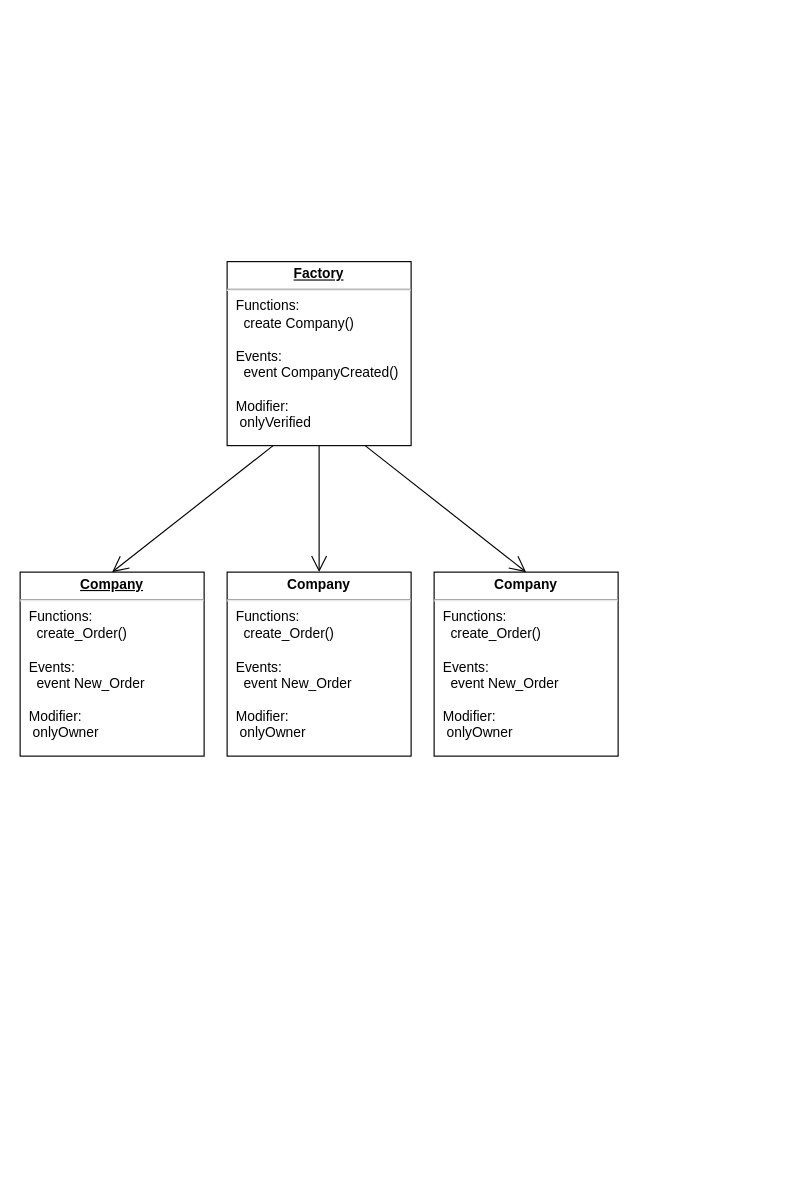
The draw.io diagram ProBot/Untitled Diagram.drawio in Timekiller7/Blockchain-projects, before the edit. Source tidied: cells renumbered, new cells numbered last; positions are measured from the earlier drawing's top-left corner, leaving out a move shared by most shapes. Both pictures are drawn from the tidied source at 115%, with x=0, y=0 at pixel (20, 261).
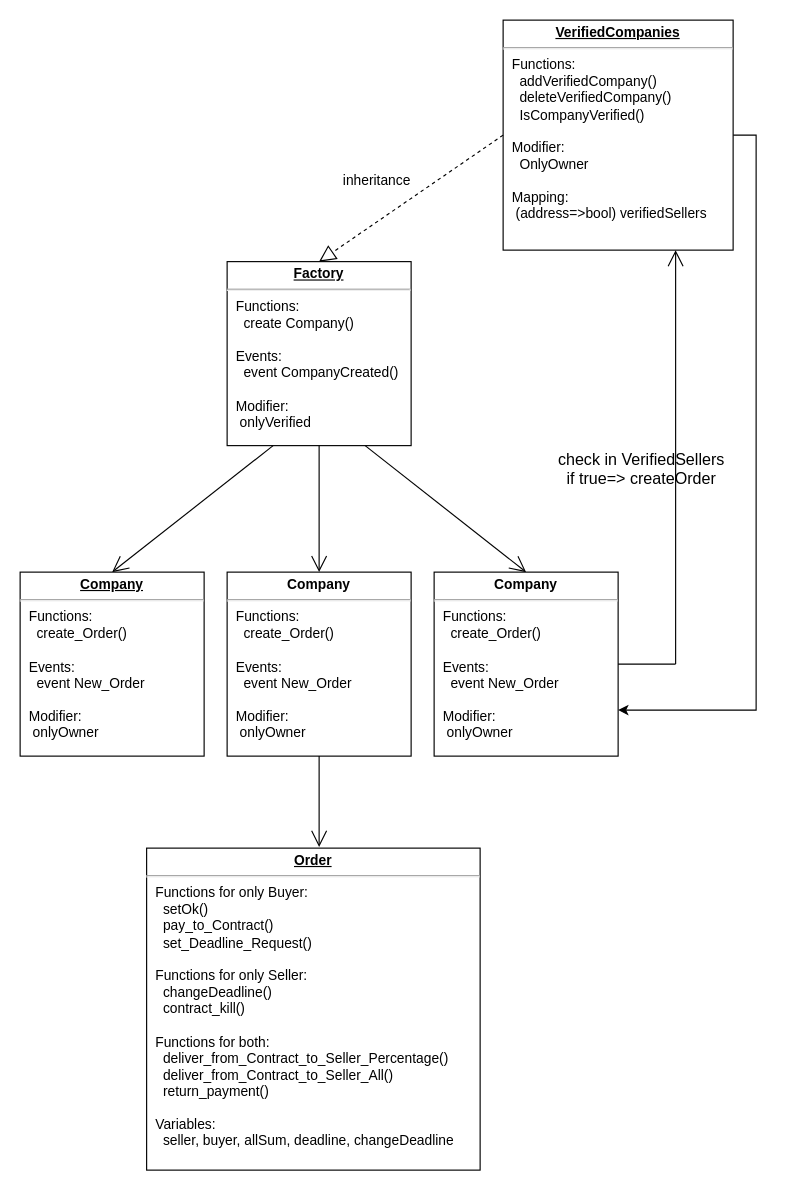
The same diagram, later.

Change to the diagram source:
```diff
@@
 <mxGraphModel>
   <root>
     <mxCell id="0" />
     <mxCell id="1" parent="0" />
     <mxCell id="2" value="&lt;p style=&quot;margin: 0px ; margin-top: 4px ; text-align: center ; text-decoration: underline&quot;&gt;&lt;b&gt;Factory&lt;/b&gt;&lt;/p&gt;&lt;hr&gt;&lt;p style=&quot;margin: 0px ; margin-left: 8px&quot;&gt;Functions:&lt;/p&gt;&lt;p style=&quot;margin: 0px ; margin-left: 8px&quot;&gt;&amp;nbsp; create Company()&lt;/p&gt;&lt;p style=&quot;margin: 0px ; margin-left: 8px&quot;&gt;&lt;br&gt;&lt;/p&gt;&lt;p style=&quot;margin: 0px ; margin-left: 8px&quot;&gt;Events:&lt;/p&gt;&lt;p style=&quot;margin: 0px ; margin-left: 8px&quot;&gt;&amp;nbsp; event CompanyCreated()&lt;/p&gt;&lt;p style=&quot;margin: 0px ; margin-left: 8px&quot;&gt;&lt;br&gt;&lt;/p&gt;&lt;p style=&quot;margin: 0px ; margin-left: 8px&quot;&gt;Modifier:&lt;/p&gt;&lt;p style=&quot;margin: 0px ; margin-left: 8px&quot;&gt;&amp;nbsp;onlyVerified&lt;/p&gt;" style="verticalAlign=top;align=left;overflow=fill;fontSize=12;fontFamily=Helvetica;html=1;" parent="1" vertex="1">
       <mxGeometry x="180" width="160" height="160" as="geometry" />
     </mxCell>
     <mxCell id="3" style="endArrow=open;endFill=1;endSize=12;html=1;exitX=0.25;exitY=1;exitDx=0;exitDy=0;entryX=0.5;entryY=0;entryDx=0;entryDy=0;" parent="1" edge="1" source="2" target="6">
       <mxGeometry relative="1" as="geometry" />
     </mxCell>
     <mxCell id="4" style="endArrow=open;endFill=1;endSize=12;html=1;exitX=0.5;exitY=1;exitDx=0;exitDy=0;" parent="1" edge="1" source="2">
       <mxGeometry relative="1" as="geometry">
         <mxPoint x="260" y="270" as="targetPoint" />
       </mxGeometry>
     </mxCell>
     <mxCell id="5" style="endArrow=open;endFill=1;endSize=12;html=1;exitX=0.75;exitY=1;exitDx=0;exitDy=0;entryX=0.5;entryY=0;entryDx=0;entryDy=0;" parent="1" edge="1" source="2" target="8">
       <mxGeometry relative="1" as="geometry" />
     </mxCell>
     <mxCell id="6" value="&lt;p style=&quot;margin: 0px ; margin-top: 4px ; text-align: center ; text-decoration: underline&quot;&gt;&lt;b&gt;Сompany&lt;/b&gt;&lt;/p&gt;&lt;hr&gt;&lt;p style=&quot;margin: 0px ; margin-left: 8px&quot;&gt;Functions:&lt;/p&gt;&lt;p style=&quot;margin: 0px ; margin-left: 8px&quot;&gt;&amp;nbsp; create_Order()&lt;/p&gt;&lt;p style=&quot;margin: 0px ; margin-left: 8px&quot;&gt;&lt;br&gt;&lt;/p&gt;&lt;p style=&quot;margin: 0px ; margin-left: 8px&quot;&gt;Events:&lt;/p&gt;&lt;p style=&quot;margin: 0px ; margin-left: 8px&quot;&gt;&amp;nbsp; event New_Order&lt;/p&gt;&lt;p style=&quot;margin: 0px ; margin-left: 8px&quot;&gt;&lt;br&gt;&lt;/p&gt;&lt;p style=&quot;margin: 0px ; margin-left: 8px&quot;&gt;Modifier:&lt;/p&gt;&lt;p style=&quot;margin: 0px ; margin-left: 8px&quot;&gt;&amp;nbsp;onlyOwner&lt;/p&gt;" style="verticalAlign=top;align=left;overflow=fill;fontSize=12;fontFamily=Helvetica;html=1;" parent="1" vertex="1">
       <mxGeometry y="270" width="160" height="160" as="geometry" />
     </mxCell>
     <mxCell id="7" value="&lt;p style=&quot;margin: 4px 0px 0px ; text-align: center&quot;&gt;&lt;b&gt;Сompany&lt;/b&gt;&lt;/p&gt;&lt;hr&gt;&lt;p style=&quot;margin: 0px 0px 0px 8px&quot;&gt;Functions:&lt;/p&gt;&lt;p style=&quot;margin: 0px 0px 0px 8px&quot;&gt;&amp;nbsp; create_Order()&lt;/p&gt;&lt;p style=&quot;margin: 0px 0px 0px 8px&quot;&gt;&lt;br&gt;&lt;/p&gt;&lt;p style=&quot;margin: 0px 0px 0px 8px&quot;&gt;Events:&lt;/p&gt;&lt;p style=&quot;margin: 0px 0px 0px 8px&quot;&gt;&amp;nbsp; event New_Order&lt;/p&gt;&lt;p style=&quot;margin: 0px 0px 0px 8px&quot;&gt;&lt;br&gt;&lt;/p&gt;&lt;p style=&quot;margin: 0px 0px 0px 8px&quot;&gt;Modifier:&lt;/p&gt;&lt;p style=&quot;margin: 0px 0px 0px 8px&quot;&gt;&amp;nbsp;onlyOwner&lt;/p&gt;" style="verticalAlign=top;align=left;overflow=fill;fontSize=12;fontFamily=Helvetica;html=1;" parent="1" vertex="1">
       <mxGeometry x="180" y="270" width="160" height="160" as="geometry" />
     </mxCell>
     <mxCell id="8" value="&lt;p style=&quot;margin: 4px 0px 0px ; text-align: center&quot;&gt;&lt;b&gt;Сompany&lt;/b&gt;&lt;/p&gt;&lt;hr&gt;&lt;p style=&quot;margin: 0px 0px 0px 8px&quot;&gt;Functions:&lt;/p&gt;&lt;p style=&quot;margin: 0px 0px 0px 8px&quot;&gt;&amp;nbsp; create_Order()&lt;/p&gt;&lt;p style=&quot;margin: 0px 0px 0px 8px&quot;&gt;&lt;br&gt;&lt;/p&gt;&lt;p style=&quot;margin: 0px 0px 0px 8px&quot;&gt;Events:&lt;/p&gt;&lt;p style=&quot;margin: 0px 0px 0px 8px&quot;&gt;&amp;nbsp; event New_Order&lt;/p&gt;&lt;p style=&quot;margin: 0px 0px 0px 8px&quot;&gt;&lt;br&gt;&lt;/p&gt;&lt;p style=&quot;margin: 0px 0px 0px 8px&quot;&gt;Modifier:&lt;/p&gt;&lt;p style=&quot;margin: 0px 0px 0px 8px&quot;&gt;&amp;nbsp;onlyOwner&lt;/p&gt;" style="verticalAlign=top;align=left;overflow=fill;fontSize=12;fontFamily=Helvetica;html=1;" parent="1" vertex="1">
       <mxGeometry x="360" y="270" width="160" height="160" as="geometry" />
     </mxCell>
+    <mxCell id="9" style="endArrow=open;endFill=1;endSize=12;html=1;exitX=0.5;exitY=1;exitDx=0;exitDy=0;" parent="1" edge="1" source="7">
+      <mxGeometry relative="1" as="geometry">
+        <mxPoint x="260" y="509" as="targetPoint" />
+      </mxGeometry>
+    </mxCell>
+    <mxCell id="10" value="&lt;p style=&quot;margin: 0px ; margin-top: 4px ; text-align: center ; text-decoration: underline&quot;&gt;&lt;b&gt;Order&lt;/b&gt;&lt;/p&gt;&lt;hr&gt;&lt;p style=&quot;margin: 0px ; margin-left: 8px&quot;&gt;Functions for only Buyer:&lt;/p&gt;&lt;p style=&quot;margin: 0px ; margin-left: 8px&quot;&gt;&amp;nbsp; setOk()&lt;/p&gt;&lt;p style=&quot;margin: 0px ; margin-left: 8px&quot;&gt;&amp;nbsp; pay_to_Contract()&lt;/p&gt;&lt;p style=&quot;margin: 0px ; margin-left: 8px&quot;&gt;&amp;nbsp; set_Deadline_Request()&lt;br&gt;&lt;/p&gt;&lt;p style=&quot;margin: 0px ; margin-left: 8px&quot;&gt;&lt;br&gt;&lt;/p&gt;&lt;p style=&quot;margin: 0px ; margin-left: 8px&quot;&gt;Functions for only Seller:&lt;br&gt;&lt;/p&gt;&lt;p style=&quot;margin: 0px ; margin-left: 8px&quot;&gt;&amp;nbsp; changeDeadline()&lt;br&gt;&lt;/p&gt;&lt;p style=&quot;margin: 0px ; margin-left: 8px&quot;&gt;&amp;nbsp;&amp;nbsp;contract_kill()&lt;/p&gt;&lt;p style=&quot;margin: 0px ; margin-left: 8px&quot;&gt;&lt;br&gt;&lt;/p&gt;&lt;p style=&quot;margin: 0px ; margin-left: 8px&quot;&gt;Functions for both:&lt;/p&gt;&lt;p style=&quot;margin: 0px ; margin-left: 8px&quot;&gt;&amp;nbsp; deliver_from_Contract_to_Seller_Percentage()&lt;br&gt;&lt;/p&gt;&lt;p style=&quot;margin: 0px ; margin-left: 8px&quot;&gt;&amp;nbsp; deliver_from_Contract_to_Seller_All()&lt;br&gt;&lt;/p&gt;&lt;p style=&quot;margin: 0px ; margin-left: 8px&quot;&gt;&amp;nbsp; return_payment()&lt;/p&gt;&lt;p style=&quot;margin: 0px ; margin-left: 8px&quot;&gt;&lt;br&gt;&lt;/p&gt;&lt;p style=&quot;margin: 0px ; margin-left: 8px&quot;&gt;Variables:&lt;/p&gt;&lt;p style=&quot;margin: 0px ; margin-left: 8px&quot;&gt;&amp;nbsp; seller, buyer, allSum, deadline, changeDeadline&lt;/p&gt;" style="verticalAlign=top;align=left;overflow=fill;fontSize=12;fontFamily=Helvetica;html=1;" parent="1" vertex="1">
+      <mxGeometry x="110" y="510" width="290" height="280" as="geometry" />
+    </mxCell>
+    <mxCell id="11" style="edgeStyle=orthogonalEdgeStyle;rounded=0;jettySize=auto;html=1;exitX=1;exitY=0.5;exitDx=0;exitDy=0;entryX=1;entryY=0.75;entryDx=0;entryDy=0;" parent="1" edge="1" source="12" target="8">
+      <mxGeometry relative="1" as="geometry" />
+    </mxCell>
+    <mxCell id="12" value="&lt;p style=&quot;margin: 0px ; margin-top: 4px ; text-align: center ; text-decoration: underline&quot;&gt;&lt;b&gt;VerifiedCompanies&lt;/b&gt;&lt;/p&gt;&lt;hr&gt;&lt;p style=&quot;margin: 0px ; margin-left: 8px&quot;&gt;Functions:&lt;/p&gt;&lt;p style=&quot;margin: 0px ; margin-left: 8px&quot;&gt;&amp;nbsp; addVerifiedCompany()&lt;/p&gt;&lt;p style=&quot;margin: 0px ; margin-left: 8px&quot;&gt;&amp;nbsp;&amp;nbsp;deleteVerifiedCompany()&lt;/p&gt;&lt;p style=&quot;margin: 0px ; margin-left: 8px&quot;&gt;&amp;nbsp; IsCompanyVerified()&lt;/p&gt;&lt;p style=&quot;margin: 0px ; margin-left: 8px&quot;&gt;&lt;br&gt;&lt;/p&gt;&lt;p style=&quot;margin: 0px ; margin-left: 8px&quot;&gt;Modifier:&lt;/p&gt;&lt;p style=&quot;margin: 0px ; margin-left: 8px&quot;&gt;&amp;nbsp; OnlyOwner&lt;/p&gt;&lt;p style=&quot;margin: 0px ; margin-left: 8px&quot;&gt;&lt;br&gt;&lt;/p&gt;&lt;p style=&quot;margin: 0px ; margin-left: 8px&quot;&gt;Mapping:&lt;/p&gt;&lt;p style=&quot;margin: 0px ; margin-left: 8px&quot;&gt;&amp;nbsp;(address=&amp;gt;bool) verifiedSellers&lt;br&gt;&lt;/p&gt;" style="verticalAlign=top;align=left;overflow=fill;fontSize=12;fontFamily=Helvetica;html=1;" parent="1" vertex="1">
+      <mxGeometry x="420" y="-210" width="200" height="200" as="geometry" />
+    </mxCell>
+    <mxCell id="13" style="endArrow=block;dashed=1;endFill=0;endSize=12;html=1;entryX=0.5;entryY=0;entryDx=0;entryDy=0;exitX=0;exitY=0.5;exitDx=0;exitDy=0;" parent="1" edge="1" source="12" target="2">
+      <mxGeometry relative="1" as="geometry" />
+    </mxCell>
+    <mxCell id="14" value="inheritance" style="text;html=1;align=center;verticalAlign=middle;strokeColor=none;" parent="1" vertex="1">
+      <mxGeometry x="275" y="-80" width="70" height="20" as="geometry" />
+    </mxCell>
+    <mxCell id="15" style="line;strokeWidth=1;fillColor=none;align=left;verticalAlign=middle;spacingTop=-1;spacingLeft=3;spacingRight=3;labelPosition=right;" parent="1" vertex="1">
+      <mxGeometry x="520" y="346" width="50" height="8" as="geometry" />
+    </mxCell>
+    <mxCell id="16" style="endArrow=open;endFill=1;endSize=12;html=1;entryX=0.75;entryY=1;entryDx=0;entryDy=0;" parent="1" edge="1" target="12">
+      <mxGeometry relative="1" as="geometry">
+        <mxPoint x="570" y="350" as="sourcePoint" />
+      </mxGeometry>
+    </mxCell>
+    <mxCell id="17" value="&lt;font style=&quot;font-size: 14px&quot;&gt;check in VerifiedSellers&lt;br&gt;if true=&amp;gt; createOrder&lt;/font&gt;" style="text;html=1;align=center;verticalAlign=middle;strokeColor=none;" parent="1" vertex="1">
+      <mxGeometry x="460" y="160" width="160" height="40" as="geometry" />
+    </mxCell>
   </root>
 </mxGraphModel>
```
